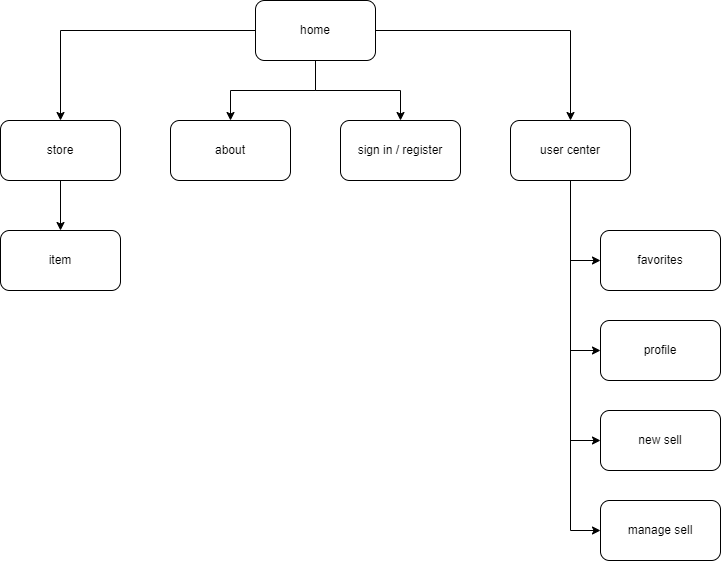
The draw.io diagram ux-design/app map.png in software-students-spring2022/final-project-nyu-marketplace, before a commit. Source tidied: cells renumbered, new cells last; positions are measured from the earlier drawing's top-left corner, leaving out a move shared by most shapes.
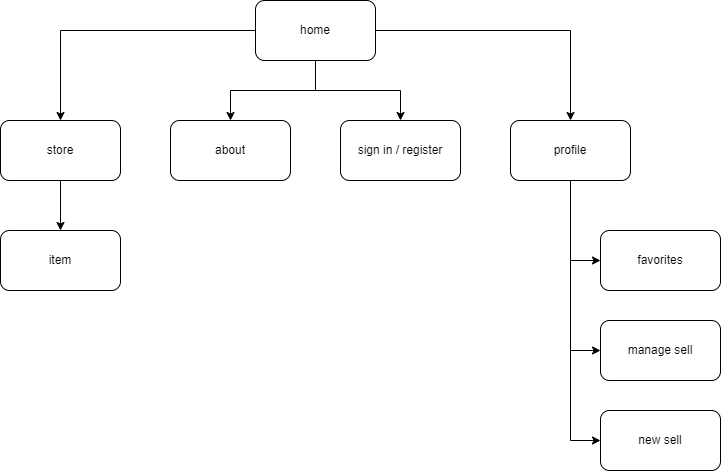
After the change.

The edit, as a diff of the source:
```diff
@@ -5,8 +5,10 @@
     <mxCell id="2" style="edgeStyle=orthogonalEdgeStyle;rounded=0;jettySize=auto;html=1;entryX=0.5;entryY=0;entryDx=0;entryDy=0;" parent="1" edge="1" source="6" target="10">
       <mxGeometry relative="1" as="geometry" />
     </mxCell>
-    <mxCell id="3" style="edgeStyle=orthogonalEdgeStyle;rounded=0;jettySize=auto;html=1;entryX=0.5;entryY=0;entryDx=0;entryDy=0;" parent="1" edge="1" source="6" target="16">
-      <mxGeometry relative="1" as="geometry" />
+    <mxCell id="3" style="edgeStyle=orthogonalEdgeStyle;rounded=0;jettySize=auto;html=1;entryX=0.5;entryY=0;entryDx=0;entryDy=0;" parent="1" edge="1" source="6">
+      <mxGeometry relative="1" as="geometry">
+        <mxPoint x="570" y="120" as="targetPoint" />
+      </mxGeometry>
     </mxCell>
     <mxCell id="4" style="edgeStyle=orthogonalEdgeStyle;rounded=0;jettySize=auto;html=1;" parent="1" edge="1" source="6" target="9">
       <mxGeometry relative="1" as="geometry" />
@@ -32,32 +34,26 @@
     <mxCell id="11" value="favorites" style="rounded=1;whiteSpace=wrap;html=1;" parent="1" vertex="1">
       <mxGeometry x="600" y="230" width="120" height="60" as="geometry" />
     </mxCell>
-    <mxCell id="12" style="edgeStyle=orthogonalEdgeStyle;rounded=0;jettySize=auto;html=1;entryX=0;entryY=0.5;entryDx=0;entryDy=0;" parent="1" edge="1" source="16" target="18">
-      <mxGeometry relative="1" as="geometry" />
-    </mxCell>
-    <mxCell id="13" style="edgeStyle=orthogonalEdgeStyle;rounded=0;jettySize=auto;html=1;exitX=0.5;exitY=1;exitDx=0;exitDy=0;entryX=0;entryY=0.5;entryDx=0;entryDy=0;" parent="1" edge="1" source="16" target="11">
-      <mxGeometry relative="1" as="geometry" />
-    </mxCell>
-    <mxCell id="14" style="edgeStyle=orthogonalEdgeStyle;rounded=0;jettySize=auto;html=1;exitX=0.5;exitY=1;exitDx=0;exitDy=0;entryX=0;entryY=0.5;entryDx=0;entryDy=0;" parent="1" edge="1" source="16" target="19">
-      <mxGeometry relative="1" as="geometry" />
-    </mxCell>
-    <mxCell id="15" style="edgeStyle=orthogonalEdgeStyle;rounded=0;jettySize=auto;html=1;exitX=0.5;exitY=1;exitDx=0;exitDy=0;entryX=0;entryY=0.5;entryDx=0;entryDy=0;" parent="1" edge="1" source="16" target="20">
-      <mxGeometry relative="1" as="geometry" />
-    </mxCell>
-    <mxCell id="16" value="user center" style="rounded=1;whiteSpace=wrap;html=1;" parent="1" vertex="1">
-      <mxGeometry x="510" y="120" width="120" height="60" as="geometry" />
-    </mxCell>
     <mxCell id="17" value="sign in / register" style="rounded=1;whiteSpace=wrap;html=1;" parent="1" vertex="1">
       <mxGeometry x="340" y="120" width="120" height="60" as="geometry" />
     </mxCell>
+    <mxCell id="21" style="edgeStyle=orthogonalEdgeStyle;rounded=0;jettySize=auto;html=1;exitX=0.5;exitY=1;exitDx=0;exitDy=0;entryX=0;entryY=0.5;entryDx=0;entryDy=0;" parent="1" edge="1" source="18" target="19">
+      <mxGeometry relative="1" as="geometry" />
+    </mxCell>
+    <mxCell id="22" style="edgeStyle=orthogonalEdgeStyle;rounded=0;jettySize=auto;html=1;exitX=0.5;exitY=1;exitDx=0;exitDy=0;entryX=0;entryY=0.5;entryDx=0;entryDy=0;" parent="1" edge="1" source="18" target="11">
+      <mxGeometry relative="1" as="geometry" />
+    </mxCell>
+    <mxCell id="23" style="edgeStyle=orthogonalEdgeStyle;rounded=0;jettySize=auto;html=1;exitX=0.5;exitY=1;exitDx=0;exitDy=0;entryX=0;entryY=0.5;entryDx=0;entryDy=0;" parent="1" edge="1" source="18" target="20">
+      <mxGeometry relative="1" as="geometry" />
+    </mxCell>
     <mxCell id="18" value="profile" style="rounded=1;whiteSpace=wrap;html=1;" parent="1" vertex="1">
-      <mxGeometry x="600" y="320" width="120" height="60" as="geometry" />
+      <mxGeometry x="510" y="120" width="120" height="60" as="geometry" />
     </mxCell>
     <mxCell id="19" value="new sell" style="rounded=1;whiteSpace=wrap;html=1;" parent="1" vertex="1">
       <mxGeometry x="600" y="410" width="120" height="60" as="geometry" />
     </mxCell>
     <mxCell id="20" value="manage sell" style="rounded=1;whiteSpace=wrap;html=1;" parent="1" vertex="1">
-      <mxGeometry x="600" y="500" width="120" height="60" as="geometry" />
+      <mxGeometry x="600" y="320" width="120" height="60" as="geometry" />
     </mxCell>
   </root>
 </mxGraphModel>
```
